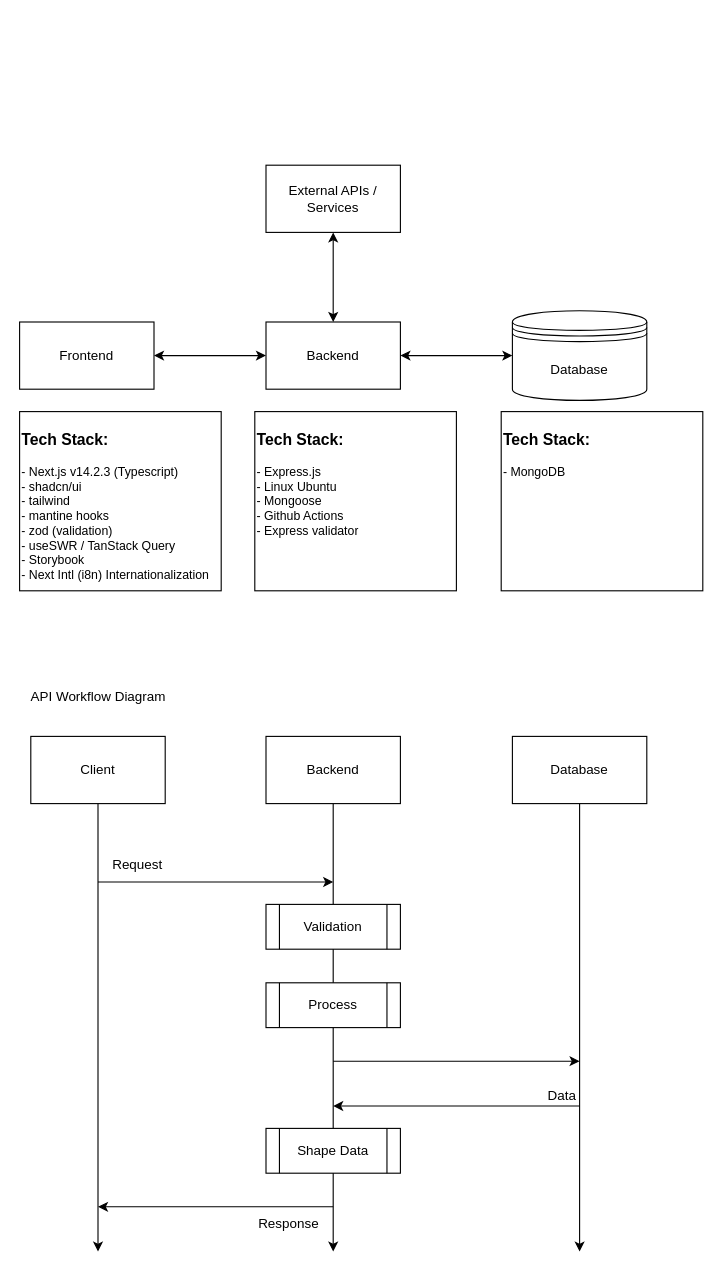
Above: Backend.drawio in glory-300/test-repo-public (draw.io), before the change. Source tidied: cells renumbered, new cells numbered last; positions are measured from the earlier drawing's top-left corner, leaving out a move shared by most shapes. Both pictures are drawn from the tidied source at 112%, with x=0, y=0 at pixel (19, 165).
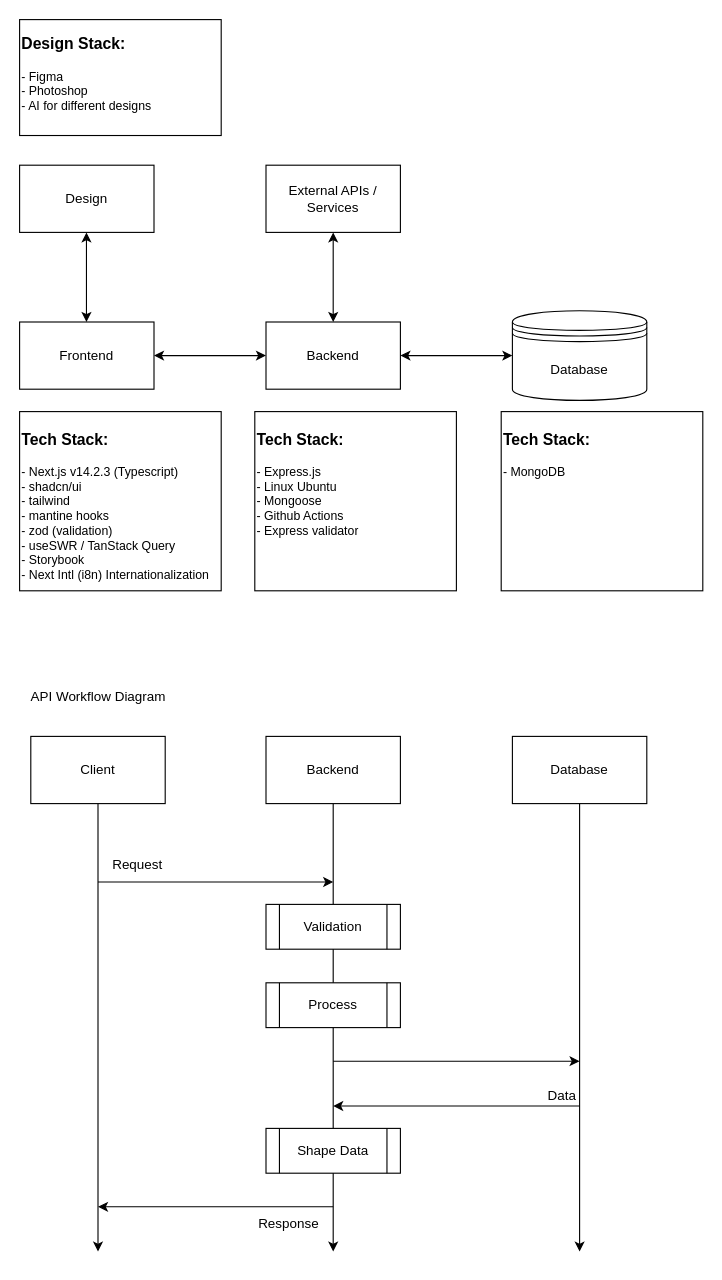
Above is the later version.

Change to the diagram source:
```diff
@@
+    <mxCell id="35" value="Design" style="rounded=0;whiteSpace=wrap;html=1;" parent="1" vertex="1">
+      <mxGeometry width="120" height="60" as="geometry" />
+    </mxCell>
+    <mxCell id="36" style="endArrow=classic;startArrow=classic;html=1;rounded=0;entryX=0.5;entryY=1;entryDx=0;entryDy=0;exitX=0.5;exitY=0;exitDx=0;exitDy=0;" parent="1" edge="1">
+      <mxGeometry relative="1" as="geometry">
+        <mxPoint x="59.7" y="140" as="sourcePoint" />
+        <mxPoint x="59.7" y="60" as="targetPoint" />
+      </mxGeometry>
+    </mxCell>
+    <mxCell id="37" style="group;" parent="1" vertex="1">
+      <mxGeometry y="-130" width="180" height="110" as="geometry" />
+    </mxCell>
+    <mxCell id="38" style="rounded=0;whiteSpace=wrap;html=1;" parent="37" vertex="1">
+      <mxGeometry width="180" height="103.5" as="geometry" />
+    </mxCell>
+    <mxCell id="39" value="&lt;h3 style=&quot;margin-top: 0px;&quot;&gt;Design Stack:&lt;/h3&gt;&lt;div style=&quot;font-size: 11px;&quot;&gt;- Figma&lt;/div&gt;&lt;div style=&quot;font-size: 11px;&quot;&gt;- Photoshop&lt;br&gt;- AI for different designs&lt;/div&gt;" style="text;html=1;whiteSpace=wrap;overflow=hidden;rounded=0;" parent="37" vertex="1">
+      <mxGeometry y="6.5" width="180" height="103.5" as="geometry" />
+    </mxCell>
```
